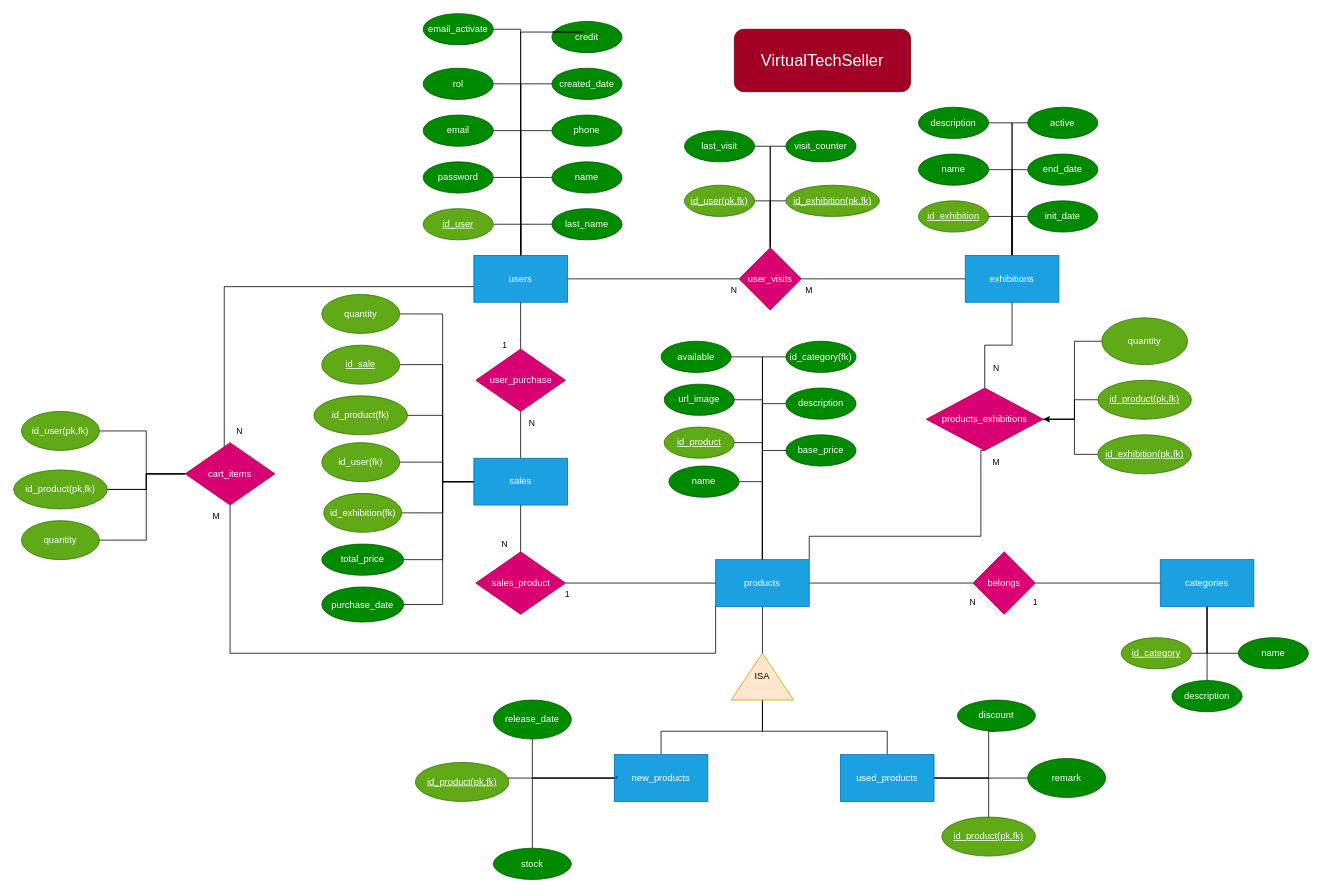
Before: docs/bbdd/VirtualTechSeller_E-R.drawio in TamezeDev/virtual-tech-seller, a draw.io diagram. Source tidied: cells renumbered, new cells numbered last; positions are measured from the earlier drawing's top-left corner, leaving out a move shared by most shapes. Both pictures are drawn from the tidied source at 78%, with x=0, y=0 at pixel (13, 13).
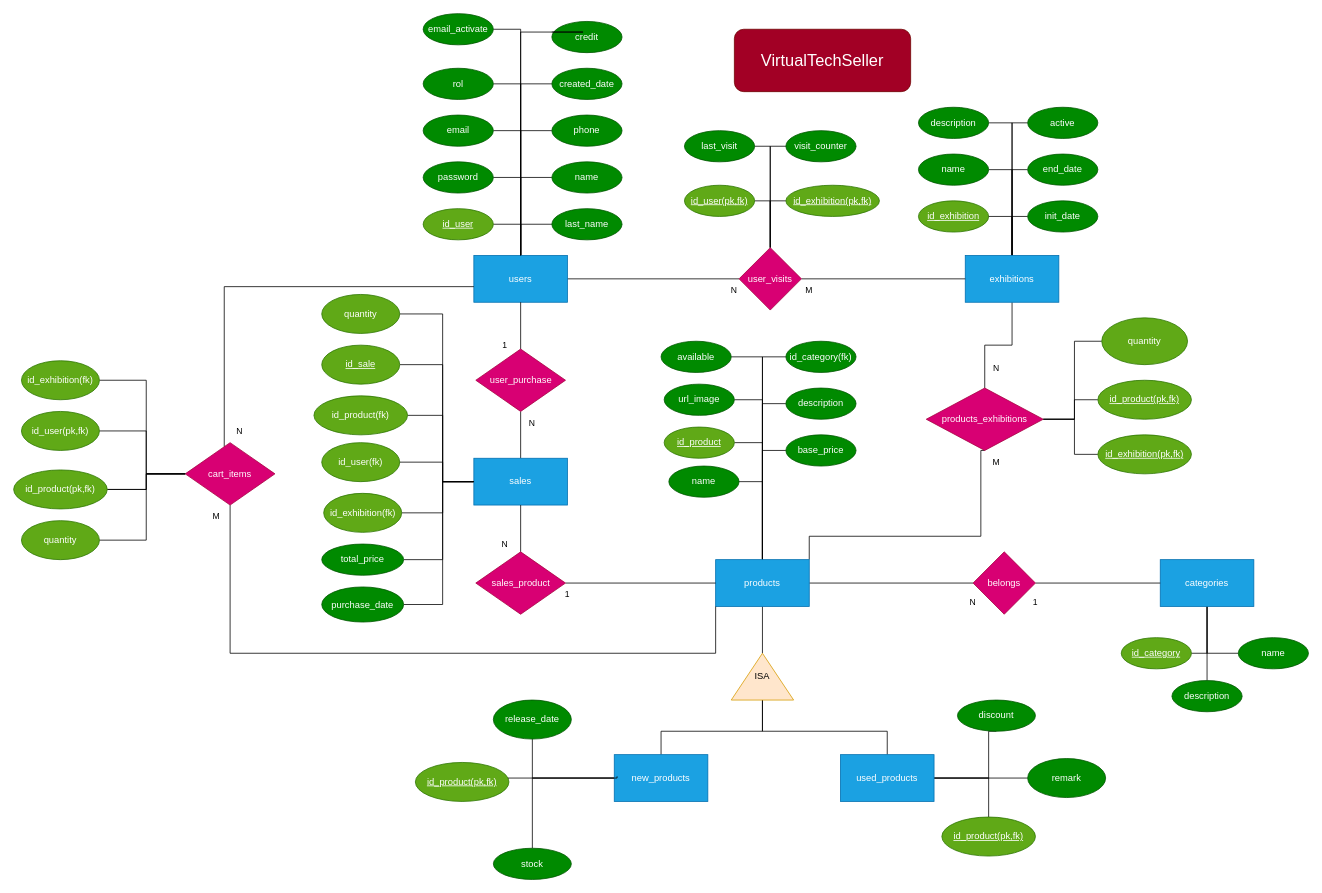
The same page after the edit.

Unchanged cells that the change refers to:
```xml
<mxCell id="81" value="products_exhibitions" style="rhombus;whiteSpace=wrap;html=1;fillColor=#d80073;fontColor=#ffffff;strokeColor=#A50040;" parent="1" vertex="1">
  <mxGeometry x="1170" y="480" width="150" height="80" as="geometry" />
</mxCell>
<mxCell id="142" value="quantity" style="ellipse;whiteSpace=wrap;html=1;fillColor=#60a917;fontColor=#ffffff;strokeColor=#2D7600;" parent="1" vertex="1">
  <mxGeometry x="1395" y="390" width="110" height="60" as="geometry" />
</mxCell>
```

What changed in the source:
```diff
@@
-    <mxCell id="141" style="edgeStyle=orthogonalEdgeStyle;rounded=0;jettySize=auto;html=1;entryX=1;entryY=0.5;entryDx=0;entryDy=0;" parent="1" edge="1" source="142" target="81">
+    <mxCell id="141" style="edgeStyle=orthogonalEdgeStyle;rounded=0;jettySize=auto;html=1;entryX=1;entryY=0.5;entryDx=0;entryDy=0;endArrow=none;endFill=0;" parent="1" edge="1" source="142" target="81">
       <mxGeometry relative="1" as="geometry">
         <Array as="points">
           <mxPoint x="1360" y="420" />
           <mxPoint x="1360" y="520" />
         </Array>
       </mxGeometry>
     </mxCell>
@@
+    <mxCell id="143" style="edgeStyle=orthogonalEdgeStyle;rounded=0;jettySize=auto;html=1;endArrow=none;endFill=0;" parent="1" edge="1" source="144">
+      <mxGeometry relative="1" as="geometry">
+        <mxPoint x="220" y="590" as="targetPoint" />
+        <Array as="points">
+          <mxPoint x="170" y="470" />
+          <mxPoint x="170" y="590" />
+        </Array>
+      </mxGeometry>
+    </mxCell>
+    <mxCell id="144" value="id_exhibition(fk)" style="ellipse;whiteSpace=wrap;html=1;fillColor=#60a917;fontColor=#ffffff;strokeColor=#2D7600;" parent="1" vertex="1">
+      <mxGeometry x="10" y="445" width="100" height="50" as="geometry" />
+    </mxCell>
```
